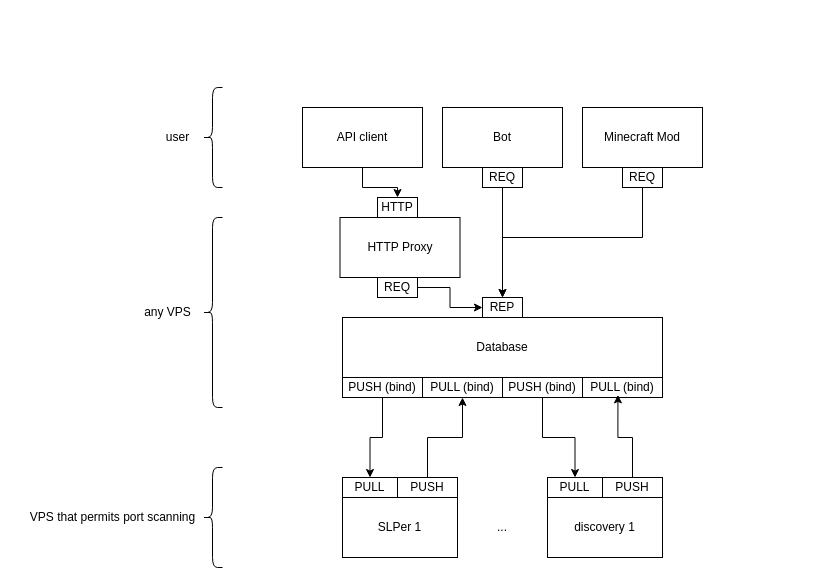
Meesterbouwer123/OpenSeeker keeps this draw.io diagram as arch.drawio. Above is the earlier version. Source tidied: cells renumbered, new cells numbered last; positions are measured from the earlier drawing's top-left corner, leaving out a move shared by most shapes. Both pictures are drawn from the tidied source at 100%, with x=0, y=0 at pixel (17, 87).
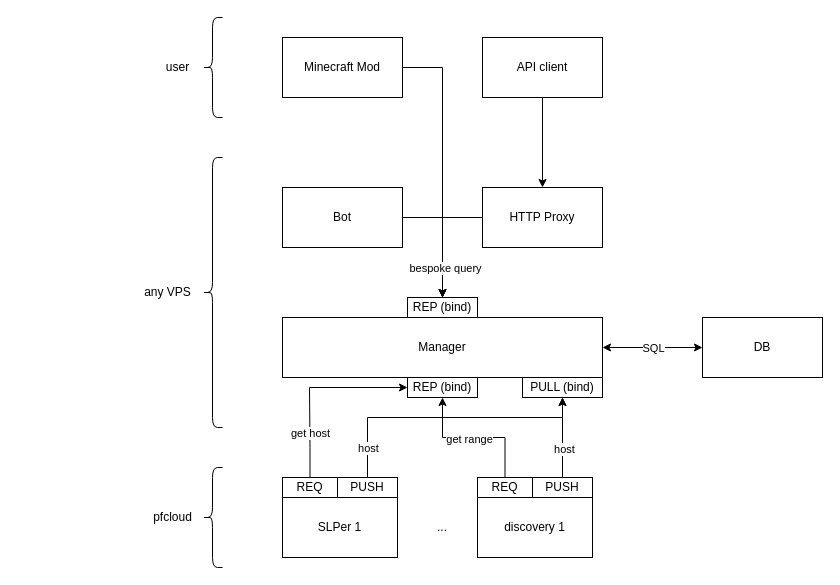
The same diagram, later.

Commit message (it also covers changes not shown here):
next design iteration

Diff of the diagram source:
```diff
@@
     <mxCell id="2" value="&lt;div&gt;SLPer 1&lt;/div&gt;" style="rounded=0;whiteSpace=wrap;html=1;" parent="1" vertex="1">
-      <mxGeometry x="325" y="410" width="115" height="60" as="geometry" />
+      <mxGeometry x="265" y="410" width="115" height="60" as="geometry" />
     </mxCell>
+    <mxCell id="37" style="edgeStyle=orthogonalEdgeStyle;rounded=0;jettySize=auto;html=1;entryX=0;entryY=0.5;entryDx=0;entryDy=0;" parent="1" edge="1" source="3" target="44">
+      <mxGeometry relative="1" as="geometry">
+        <Array as="points">
+          <mxPoint x="292" y="360" />
+          <mxPoint x="292" y="360" />
+          <mxPoint x="292" y="300" />
+        </Array>
+      </mxGeometry>
+    </mxCell>
+    <mxCell id="38" value="get host" style="edgeLabel;html=1;align=center;verticalAlign=middle;" parent="37" vertex="1">
+      <mxGeometry x="-0.52" relative="1" as="geometry" />
+    </mxCell>
-    <mxCell id="3" value="&lt;div&gt;PULL&lt;/div&gt;" style="rounded=0;whiteSpace=wrap;html=1;" parent="1" vertex="1">
-      <mxGeometry x="325" y="390" width="55" height="20" as="geometry" />
+    <mxCell id="3" value="&lt;div&gt;REQ&lt;/div&gt;" style="rounded=0;whiteSpace=wrap;html=1;" parent="1" vertex="1">
+      <mxGeometry x="265" y="390" width="55" height="20" as="geometry" />
     </mxCell>
-    <mxCell id="4" value="&lt;div&gt;Database&lt;/div&gt;" style="rounded=0;whiteSpace=wrap;html=1;" parent="1" vertex="1">
-      <mxGeometry x="325" y="230" width="320" height="60" as="geometry" />
+    <mxCell id="4" value="Manager" style="rounded=0;whiteSpace=wrap;html=1;" parent="1" vertex="1">
+      <mxGeometry x="265" y="230" width="320" height="60" as="geometry" />
     </mxCell>
-    <mxCell id="5" value="PULL (bind)" style="rounded=0;whiteSpace=wrap;html=1;" parent="1" vertex="1">
-      <mxGeometry x="405" y="290" width="80" height="20" as="geometry" />
-    </mxCell>
-    <mxCell id="6" style="edgeStyle=orthogonalEdgeStyle;rounded=0;jettySize=auto;html=1;entryX=0.5;entryY=1;entryDx=0;entryDy=0;" parent="1" edge="1" source="7" target="5">
-      <mxGeometry relative="1" as="geometry" />
-    </mxCell>
+    <mxCell id="39" style="edgeStyle=orthogonalEdgeStyle;rounded=0;jettySize=auto;html=1;entryX=0.5;entryY=1;entryDx=0;entryDy=0;" parent="1" edge="1" source="7" target="11">
+      <mxGeometry relative="1" as="geometry">
+        <Array as="points">
+          <mxPoint x="350" y="330" />
+          <mxPoint x="545" y="330" />
+        </Array>
+      </mxGeometry>
+    </mxCell>
+    <mxCell id="40" value="host" style="edgeLabel;html=1;align=center;verticalAlign=middle;" parent="39" vertex="1">
+      <mxGeometry x="-0.69" y="-1" relative="1" as="geometry">
+        <mxPoint x="-1" y="13" as="offset" />
+      </mxGeometry>
+    </mxCell>
     <mxCell id="7" value="PUSH" style="rounded=0;whiteSpace=wrap;html=1;" parent="1" vertex="1">
-      <mxGeometry x="380" y="390" width="60" height="20" as="geometry" />
+      <mxGeometry x="320" y="390" width="60" height="20" as="geometry" />
     </mxCell>
-    <mxCell id="8" style="edgeStyle=orthogonalEdgeStyle;rounded=0;jettySize=auto;html=1;exitX=0.5;exitY=1;exitDx=0;exitDy=0;" parent="1" edge="1" source="9" target="3">
-      <mxGeometry relative="1" as="geometry" />
-    </mxCell>
-    <mxCell id="9" value="&lt;div&gt;PUSH (bind)&lt;/div&gt;" style="rounded=0;whiteSpace=wrap;html=1;" parent="1" vertex="1">
-      <mxGeometry x="325" y="290" width="80" height="20" as="geometry" />
-    </mxCell>
-    <mxCell id="10" value="&lt;div&gt;HTTP Proxy&lt;br&gt;&lt;/div&gt;" style="rounded=0;whiteSpace=wrap;html=1;" parent="1" vertex="1">
-      <mxGeometry x="322.5" y="130" width="120" height="60" as="geometry" />
-    </mxCell>
     <mxCell id="11" value="PULL (bind)" style="rounded=0;whiteSpace=wrap;html=1;" parent="1" vertex="1">
-      <mxGeometry x="565" y="290" width="80" height="20" as="geometry" />
+      <mxGeometry x="505" y="290" width="80" height="20" as="geometry" />
     </mxCell>
-    <mxCell id="12" style="edgeStyle=orthogonalEdgeStyle;rounded=0;jettySize=auto;html=1;" parent="1" edge="1" source="13" target="15">
-      <mxGeometry relative="1" as="geometry" />
-    </mxCell>
-    <mxCell id="13" value="&lt;div&gt;PUSH (bind)&lt;/div&gt;" style="rounded=0;whiteSpace=wrap;html=1;" parent="1" vertex="1">
-      <mxGeometry x="485" y="290" width="80" height="20" as="geometry" />
-    </mxCell>
     <mxCell id="14" value="&lt;div&gt;discovery 1&lt;/div&gt;" style="rounded=0;whiteSpace=wrap;html=1;" parent="1" vertex="1">
-      <mxGeometry x="530" y="410" width="115" height="60" as="geometry" />
+      <mxGeometry x="460" y="410" width="115" height="60" as="geometry" />
     </mxCell>
+    <mxCell id="41" style="edgeStyle=orthogonalEdgeStyle;rounded=0;jettySize=auto;html=1;entryX=0.5;entryY=1;entryDx=0;entryDy=0;" parent="1" edge="1" source="15" target="44">
+      <mxGeometry relative="1" as="geometry" />
+    </mxCell>
+    <mxCell id="42" value="get range" style="edgeLabel;html=1;align=center;verticalAlign=middle;" parent="41" vertex="1">
+      <mxGeometry x="0.06" y="1" relative="1" as="geometry" />
+    </mxCell>
-    <mxCell id="15" value="&lt;div&gt;PULL&lt;/div&gt;" style="rounded=0;whiteSpace=wrap;html=1;" parent="1" vertex="1">
-      <mxGeometry x="530" y="390" width="55" height="20" as="geometry" />
+    <mxCell id="15" value="REQ" style="rounded=0;whiteSpace=wrap;html=1;" parent="1" vertex="1">
+      <mxGeometry x="460" y="390" width="55" height="20" as="geometry" />
     </mxCell>
+    <mxCell id="17" style="edgeStyle=orthogonalEdgeStyle;rounded=0;jettySize=auto;html=1;" parent="1" edge="1" source="16" target="11">
+      <mxGeometry relative="1" as="geometry" />
+    </mxCell>
+    <mxCell id="43" value="host" style="edgeLabel;html=1;align=center;verticalAlign=middle;" parent="17" vertex="1">
+      <mxGeometry x="-0.27" y="-1" relative="1" as="geometry" />
+    </mxCell>
     <mxCell id="16" value="PUSH" style="rounded=0;whiteSpace=wrap;html=1;" parent="1" vertex="1">
-      <mxGeometry x="585" y="390" width="60" height="20" as="geometry" />
+      <mxGeometry x="515" y="390" width="60" height="20" as="geometry" />
     </mxCell>
-    <mxCell id="17" style="edgeStyle=orthogonalEdgeStyle;rounded=0;jettySize=auto;html=1;entryX=0.443;entryY=0.869;entryDx=0;entryDy=0;entryPerimeter=0;" parent="1" edge="1" source="16" target="11">
-      <mxGeometry relative="1" as="geometry" />
-    </mxCell>
-    <mxCell id="18" value="REP" style="rounded=0;whiteSpace=wrap;html=1;" parent="1" vertex="1">
-      <mxGeometry x="465" y="210" width="40" height="20" as="geometry" />
-    </mxCell>
@@
-    <mxCell id="20" value="VPS that permits port scanning" style="text;html=1;align=center;verticalAlign=middle;strokeColor=none;fillColor=none;" parent="1" vertex="1">
-      <mxGeometry y="415" width="190" height="30" as="geometry" />
+    <mxCell id="20" value="&lt;div&gt;pfcloud&lt;/div&gt;" style="text;html=1;align=center;verticalAlign=middle;strokeColor=none;fillColor=none;" parent="1" vertex="1">
+      <mxGeometry x="125" y="415" width="60" height="30" as="geometry" />
     </mxCell>
-    <mxCell id="21" style="edgeStyle=orthogonalEdgeStyle;rounded=0;jettySize=auto;html=1;entryX=0;entryY=0.5;entryDx=0;entryDy=0;" parent="1" edge="1" source="22" target="18">
-      <mxGeometry relative="1" as="geometry" />
-    </mxCell>
-    <mxCell id="22" value="REQ" style="rounded=0;whiteSpace=wrap;html=1;" parent="1" vertex="1">
-      <mxGeometry x="360" y="190" width="40" height="20" as="geometry" />
-    </mxCell>
-    <mxCell id="23" value="&lt;div&gt;Bot&lt;/div&gt;" style="rounded=0;whiteSpace=wrap;html=1;" parent="1" vertex="1">
-      <mxGeometry x="425" y="20" width="120" height="60" as="geometry" />
-    </mxCell>
-    <mxCell id="24" style="edgeStyle=orthogonalEdgeStyle;rounded=0;jettySize=auto;html=1;entryX=0.5;entryY=0;entryDx=0;entryDy=0;" parent="1" edge="1" source="25" target="18">
-      <mxGeometry relative="1" as="geometry" />
-    </mxCell>
-    <mxCell id="25" value="REQ" style="rounded=0;whiteSpace=wrap;html=1;" parent="1" vertex="1">
-      <mxGeometry x="465" y="80" width="40" height="20" as="geometry" />
-    </mxCell>
     <mxCell id="26" style="shape=curlyBracket;whiteSpace=wrap;html=1;rounded=1;labelPosition=left;verticalLabelPosition=middle;align=right;verticalAlign=middle;size=0.5;" parent="1" vertex="1">
-      <mxGeometry x="185" y="130" width="20" height="190" as="geometry" />
+      <mxGeometry x="185" y="70" width="20" height="270" as="geometry" />
     </mxCell>
     <mxCell id="27" value="any VPS" style="text;html=1;align=center;verticalAlign=middle;strokeColor=none;fillColor=none;" parent="1" vertex="1">
-      <mxGeometry x="115" y="210" width="70" height="30" as="geometry" />
+      <mxGeometry x="115" y="190" width="70" height="30" as="geometry" />
     </mxCell>
     <mxCell id="28" style="shape=curlyBracket;whiteSpace=wrap;html=1;rounded=1;labelPosition=left;verticalLabelPosition=middle;align=right;verticalAlign=middle;size=0.5;" parent="1" vertex="1">
-      <mxGeometry x="185" width="20" height="100" as="geometry" />
+      <mxGeometry x="185" y="-70" width="20" height="100" as="geometry" />
     </mxCell>
     <mxCell id="29" value="&lt;div&gt;user&lt;/div&gt;" style="text;html=1;align=center;verticalAlign=middle;strokeColor=none;fillColor=none;" parent="1" vertex="1">
-      <mxGeometry x="135" y="35" width="50" height="30" as="geometry" />
+      <mxGeometry x="135" y="-35" width="50" height="30" as="geometry" />
     </mxCell>
+    <mxCell id="36" value="..." style="text;html=1;align=center;verticalAlign=middle;whiteSpace=wrap;rounded=0;" parent="1" vertex="1">
+      <mxGeometry x="395" y="425" width="60" height="30" as="geometry" />
+    </mxCell>
+    <mxCell id="44" value="REP (bind)" style="rounded=0;whiteSpace=wrap;html=1;" parent="1" vertex="1">
+      <mxGeometry x="390" y="290" width="70" height="20" as="geometry" />
+    </mxCell>
+    <mxCell id="45" style="edgeStyle=orthogonalEdgeStyle;rounded=0;jettySize=auto;html=1;entryX=1;entryY=0.5;entryDx=0;entryDy=0;startArrow=classic;startFill=1;" parent="1" edge="1" source="47" target="4">
+      <mxGeometry relative="1" as="geometry" />
+    </mxCell>
+    <mxCell id="46" value="SQL" style="edgeLabel;html=1;align=center;verticalAlign=middle;" parent="45" vertex="1">
+      <mxGeometry x="0.28" y="4" relative="1" as="geometry">
+        <mxPoint x="14" y="-4" as="offset" />
+      </mxGeometry>
+    </mxCell>
+    <mxCell id="47" value="DB" style="rounded=0;whiteSpace=wrap;html=1;" parent="1" vertex="1">
+      <mxGeometry x="685" y="230" width="120" height="60" as="geometry" />
+    </mxCell>
+    <mxCell id="48" style="edgeStyle=orthogonalEdgeStyle;rounded=0;jettySize=auto;html=1;entryX=0.5;entryY=0;entryDx=0;entryDy=0;" parent="1" edge="1" source="10" target="49">
+      <mxGeometry relative="1" as="geometry" />
+    </mxCell>
+    <mxCell id="10" value="&lt;div&gt;HTTP Proxy&lt;/div&gt;" style="rounded=0;whiteSpace=wrap;html=1;" parent="1" vertex="1">
+      <mxGeometry x="465" y="100" width="120" height="60" as="geometry" />
+    </mxCell>
+    <mxCell id="49" value="REP (bind)" style="rounded=0;whiteSpace=wrap;html=1;" parent="1" vertex="1">
+      <mxGeometry x="390" y="210" width="70" height="20" as="geometry" />
+    </mxCell>
+    <mxCell id="50" style="edgeStyle=orthogonalEdgeStyle;rounded=0;jettySize=auto;html=1;entryX=0.5;entryY=0;entryDx=0;entryDy=0;" parent="1" edge="1" source="23" target="49">
+      <mxGeometry relative="1" as="geometry" />
+    </mxCell>
+    <mxCell id="23" value="Bot" style="rounded=0;whiteSpace=wrap;html=1;" parent="1" vertex="1">
+      <mxGeometry x="265" y="100" width="120" height="60" as="geometry" />
+    </mxCell>
+    <mxCell id="51" style="edgeStyle=orthogonalEdgeStyle;rounded=0;jettySize=auto;html=1;entryX=0.5;entryY=0;entryDx=0;entryDy=0;" parent="1" edge="1" source="30" target="49">
+      <mxGeometry relative="1" as="geometry" />
+    </mxCell>
+    <mxCell id="52" value="bespoke query" style="edgeLabel;html=1;align=center;verticalAlign=middle;" parent="51" vertex="1">
+      <mxGeometry x="0.78" y="2" relative="1" as="geometry" />
+    </mxCell>
     <mxCell id="30" value="Minecraft Mod" style="rounded=0;whiteSpace=wrap;html=1;" parent="1" vertex="1">
-      <mxGeometry x="565" y="20" width="120" height="60" as="geometry" />
+      <mxGeometry x="265" y="-50" width="120" height="60" as="geometry" />
     </mxCell>
-    <mxCell id="31" style="edgeStyle=orthogonalEdgeStyle;rounded=0;jettySize=auto;html=1;entryX=0.5;entryY=0;entryDx=0;entryDy=0;" parent="1" edge="1" source="32" target="18">
-      <mxGeometry relative="1" as="geometry">
-        <Array as="points">
-          <mxPoint x="625" y="150" />
-          <mxPoint x="485" y="150" />
-        </Array>
-      </mxGeometry>
-    </mxCell>
-    <mxCell id="32" value="REQ" style="rounded=0;whiteSpace=wrap;html=1;" parent="1" vertex="1">
-      <mxGeometry x="605" y="80" width="40" height="20" as="geometry" />
-    </mxCell>
-    <mxCell id="33" style="edgeStyle=orthogonalEdgeStyle;rounded=0;jettySize=auto;html=1;entryX=0.5;entryY=0;entryDx=0;entryDy=0;" parent="1" edge="1" source="34" target="35">
-      <mxGeometry relative="1" as="geometry" />
-    </mxCell>
+    <mxCell id="53" style="edgeStyle=orthogonalEdgeStyle;rounded=0;jettySize=auto;html=1;" parent="1" edge="1" source="34" target="10">
+      <mxGeometry relative="1" as="geometry" />
+    </mxCell>
     <mxCell id="34" value="API client" style="rounded=0;whiteSpace=wrap;html=1;" parent="1" vertex="1">
-      <mxGeometry x="285" y="20" width="120" height="60" as="geometry" />
+      <mxGeometry x="465" y="-50" width="120" height="60" as="geometry" />
     </mxCell>
-    <mxCell id="35" value="HTTP" style="rounded=0;whiteSpace=wrap;html=1;" parent="1" vertex="1">
-      <mxGeometry x="360" y="110" width="40" height="20" as="geometry" />
-    </mxCell>
-    <mxCell id="36" value="..." style="text;html=1;align=center;verticalAlign=middle;whiteSpace=wrap;rounded=0;" parent="1" vertex="1">
-      <mxGeometry x="455" y="425" width="60" height="30" as="geometry" />
-    </mxCell>
```
